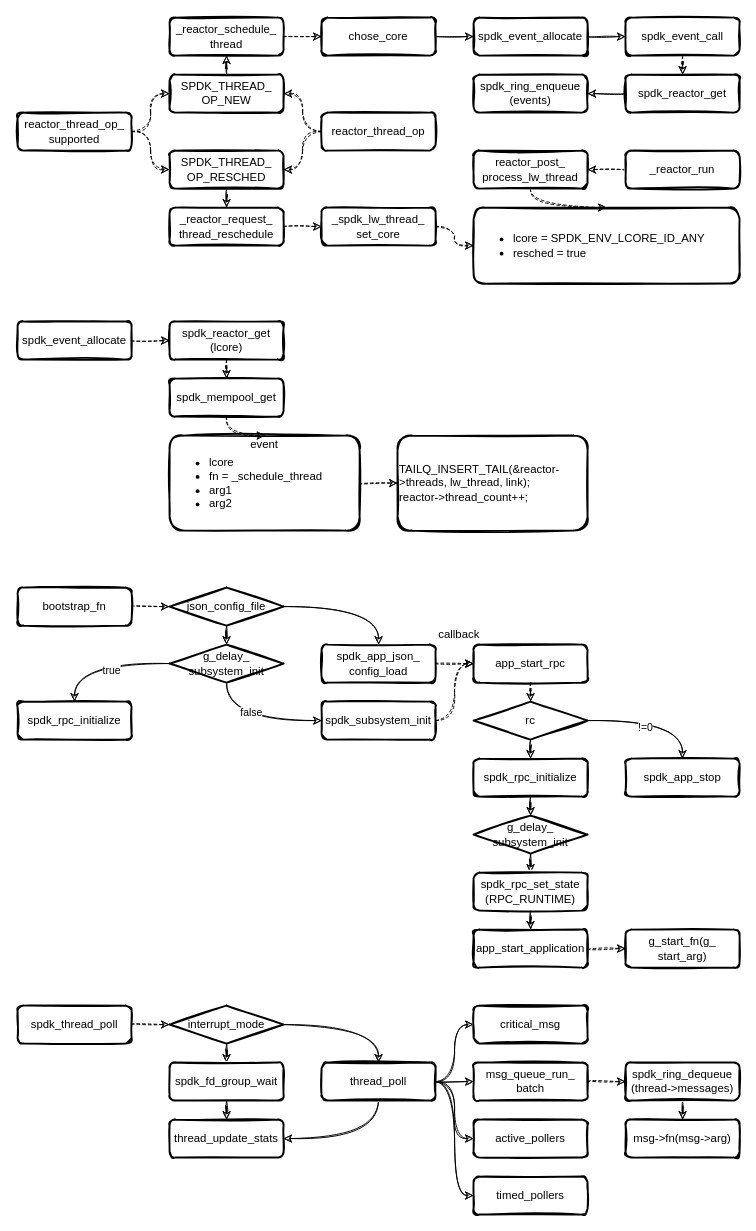
This is page "thread" (3 of 5) of spdk/spdk.drawio from EarthWind/deeparch, a draw.io file, before an edit. Source tidied: cells renumbered, new cells numbered last; positions are measured from the earlier drawing's top-left corner, leaving out a move shared by most shapes. Both pictures are drawn from the tidied source at 95%, with x=0, y=0 at pixel (17, 17).
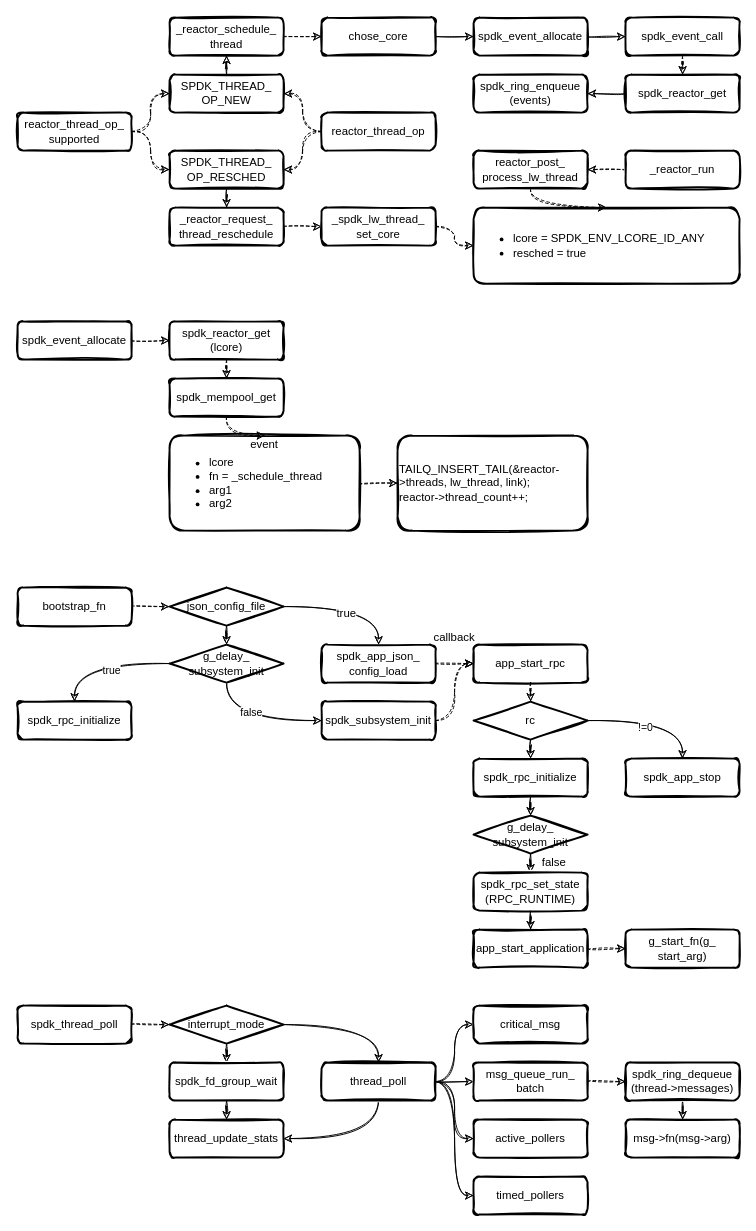
After the change.

The change refers to these unchanged cells:
```xml
<mxCell id="46" style="edgeStyle=orthogonalEdgeStyle;curved=1;rounded=0;sketch=1;jettySize=auto;html=1;entryX=0.5;entryY=0;entryDx=0;entryDy=0;startArrow=none;startFill=0;strokeColor=#000000;" parent="1" edge="1" source="47" target="49">
  <mxGeometry relative="1" as="geometry" />
</mxCell>
```

Diff of the diagram source:
```diff
@@
+    <mxCell id="98" value="true" style="edgeLabel;html=1;align=center;verticalAlign=middle;fontSize=12;fontColor=#000000;" parent="46" vertex="1">
+      <mxGeometry x="-0.07" y="-6" relative="1" as="geometry" />
+    </mxCell>
@@
     <mxCell id="72" value="callback" style="text;html=1;strokeColor=none;fillColor=none;align=center;verticalAlign=middle;whiteSpace=wrap;overflow=hidden;shadow=0;dashed=1;sketch=1;fillWeight=1;hachureGap=2;jiggle=1;" parent="1" vertex="1">
-      <mxGeometry x="440" y="640" width="50" height="20" as="geometry" />
+      <mxGeometry x="435" y="643" width="50" height="20" as="geometry" />
     </mxCell>
@@
+    <mxCell id="99" value="false" style="text;html=1;strokeColor=none;fillColor=none;align=center;verticalAlign=middle;whiteSpace=wrap;overflow=hidden;shadow=0;dashed=1;sketch=1;fillWeight=1;hachureGap=2;jiggle=1;" parent="1" vertex="1">
+      <mxGeometry x="540" y="880" width="50" height="20" as="geometry" />
+    </mxCell>
```
